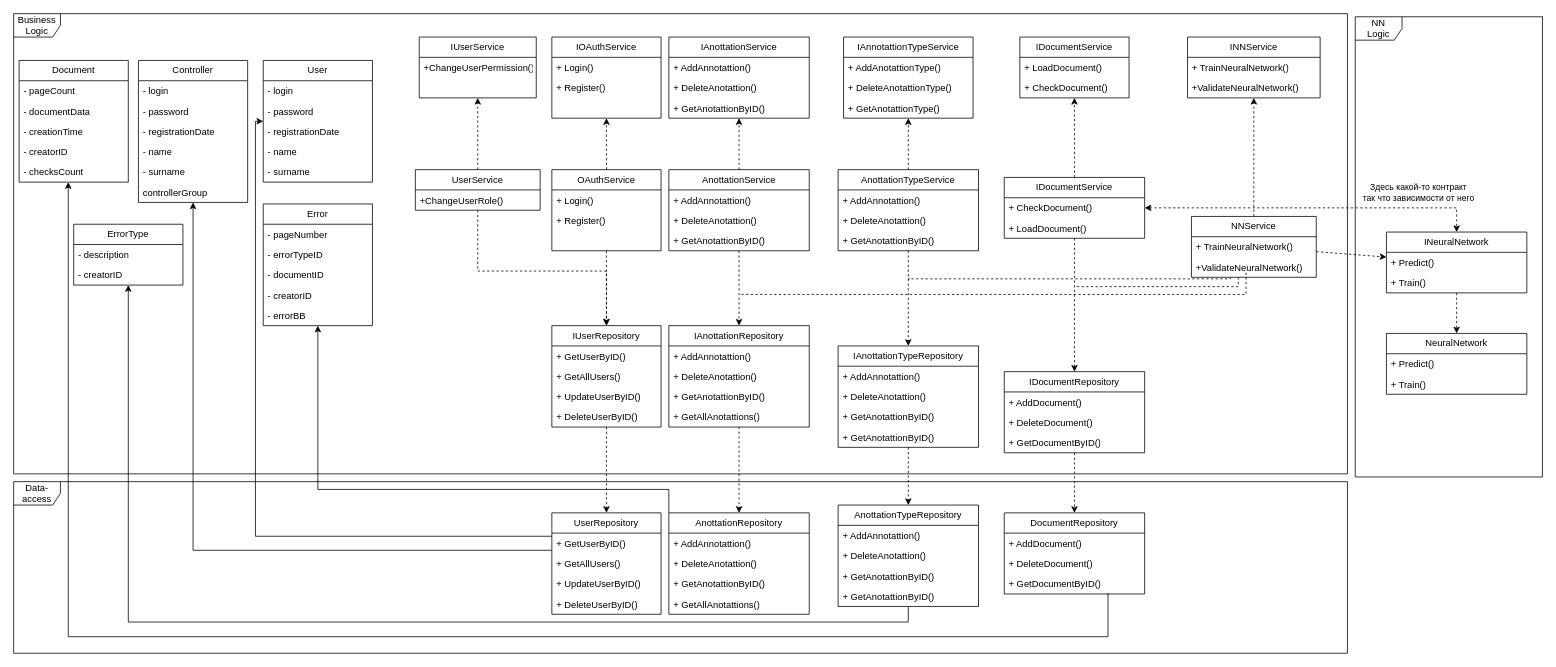
Above: page "class_diag" (2 of 2) of schemes/PPO_components_2.drawio in needsomesleeptd/PPO (draw.io), before the change. Source tidied: cells renumbered, new cells numbered last; positions are measured from the earlier drawing's top-left corner, leaving out a move shared by most shapes. Both pictures are drawn from the tidied source at 78%, with x=0, y=0 at pixel (13, 13).
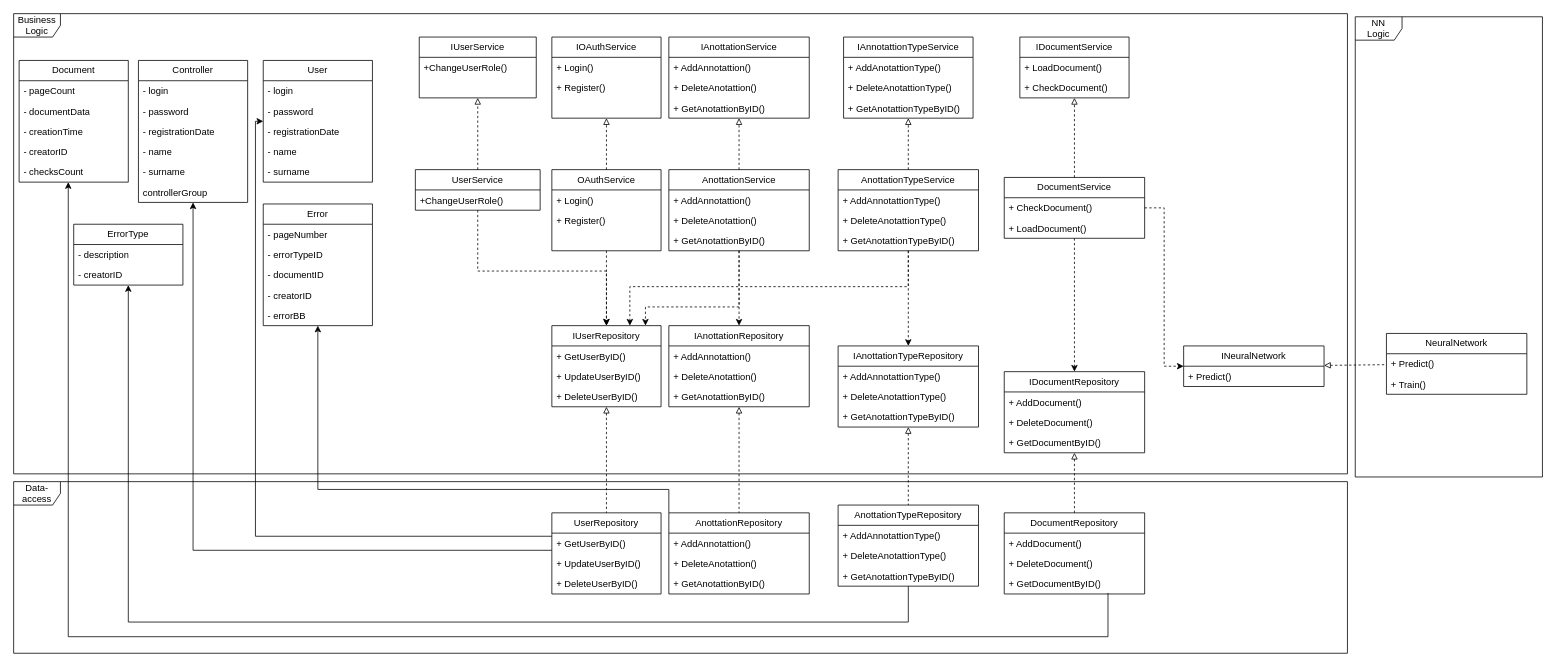
The same page after the edit.

Unchanged cells that the change refers to:
```xml
<mxCell id="2" value="IOAuthService" style="swimlane;fontStyle=0;horizontal=1;startSize=26;fillColor=none;whiteSpace=wrap;html=1;" parent="1" vertex="1">
  <mxGeometry x="690" y="30" width="140" height="104" as="geometry" />
</mxCell>
<mxCell id="6" value="IAnottationService" style="swimlane;fontStyle=0;horizontal=1;startSize=26;fillColor=none;whiteSpace=wrap;html=1;" parent="1" vertex="1">
  <mxGeometry x="840" y="30" width="180" height="104" as="geometry" />
</mxCell>
<mxCell id="10" value="IAnnotattionTypeService" style="swimlane;fontStyle=0;horizontal=1;startSize=26;fillColor=none;whiteSpace=wrap;html=1;" parent="1" vertex="1">
  <mxGeometry x="1064" y="30" width="166" height="104" as="geometry" />
</mxCell>
<mxCell id="14" value="IDocumentService" style="swimlane;fontStyle=0;horizontal=1;startSize=26;fillColor=none;whiteSpace=wrap;html=1;" parent="1" vertex="1">
  <mxGeometry x="1290" y="30" width="140" height="78" as="geometry" />
</mxCell>
<mxCell id="17" value="OAuthService" style="swimlane;fontStyle=0;horizontal=1;startSize=26;fillColor=none;whiteSpace=wrap;html=1;" parent="1" vertex="1">
  <mxGeometry x="690" y="200" width="140" height="104" as="geometry" />
</mxCell>
<mxCell id="28" value="AnottationService" style="swimlane;fontStyle=0;horizontal=1;startSize=26;fillColor=none;whiteSpace=wrap;html=1;" parent="1" vertex="1">
  <mxGeometry x="840" y="200" width="180" height="104" as="geometry" />
</mxCell>
<mxCell id="44" value="AnottationTypeService" style="swimlane;fontStyle=0;horizontal=1;startSize=26;fillColor=none;whiteSpace=wrap;html=1;" parent="1" vertex="1">
  <mxGeometry x="1057" y="200" width="180" height="104" as="geometry" />
</mxCell>
<mxCell id="57" value="NeuralNetwork" style="swimlane;fontStyle=0;horizontal=1;startSize=26;fillColor=none;whiteSpace=wrap;html=1;" parent="1" vertex="1">
  <mxGeometry x="1760" y="410" width="180" height="78" as="geometry" />
</mxCell>
<mxCell id="62" value="IDocumentRepository" style="swimlane;fontStyle=0;horizontal=1;startSize=26;fillColor=none;whiteSpace=wrap;html=1;" parent="1" vertex="1">
  <mxGeometry x="1270" y="459" width="180" height="104" as="geometry" />
</mxCell>
<mxCell id="95" value="DocumentRepository" style="swimlane;fontStyle=0;horizontal=1;startSize=26;fillColor=none;whiteSpace=wrap;html=1;" parent="1" vertex="1">
  <mxGeometry x="1270" y="640" width="180" height="104" as="geometry" />
</mxCell>
<mxCell id="125" value="IUserService" style="swimlane;fontStyle=0;horizontal=1;startSize=26;fillColor=none;whiteSpace=wrap;html=1;" parent="1" vertex="1">
  <mxGeometry x="520" y="30" width="150" height="78" as="geometry" />
</mxCell>
<mxCell id="128" value="UserService" style="swimlane;fontStyle=0;horizontal=1;startSize=26;fillColor=none;whiteSpace=wrap;html=1;" parent="1" vertex="1">
  <mxGeometry x="515" y="200" width="160" height="52" as="geometry" />
</mxCell>
```

What changed in the source:
```diff
@@
-    <mxCell id="13" value="+ GetAnotattionType()&lt;div&gt;&lt;br&gt;&lt;/div&gt;" style="text;strokeColor=none;fillColor=none;align=left;verticalAlign=top;spacingLeft=4;spacingRight=4;overflow=hidden;whiteSpace=wrap;html=1;" parent="10" vertex="1">
+    <mxCell id="13" value="+ GetAnotattionTypeByID()&lt;div&gt;&lt;br&gt;&lt;/div&gt;" style="text;strokeColor=none;fillColor=none;align=left;verticalAlign=top;spacingLeft=4;spacingRight=4;overflow=hidden;whiteSpace=wrap;html=1;" parent="10" vertex="1">
       <mxGeometry y="78" width="166" height="26" as="geometry" />
     </mxCell>
@@
-    <mxCell id="21" style="endArrow=classic;html=1;rounded=0;dashed=1;" parent="1" edge="1" source="17" target="2">
+    <mxCell id="21" style="endArrow=block;html=1;rounded=0;dashed=1;endFill=0;" parent="1" edge="1" source="17" target="2">
       <mxGeometry relative="1" as="geometry" />
     </mxCell>
     <mxCell id="22" value="IUserRepository" style="swimlane;fontStyle=0;horizontal=1;startSize=26;fillColor=none;whiteSpace=wrap;html=1;" parent="1" vertex="1">
-      <mxGeometry x="690" y="400" width="140" height="130" as="geometry" />
+      <mxGeometry x="690" y="400" width="140" height="104" as="geometry" />
     </mxCell>
@@
-    <mxCell id="24" value="+ GetAllUsers()&lt;div&gt;&lt;br/&gt;&lt;/div&gt;" style="text;strokeColor=none;fillColor=none;align=left;verticalAlign=top;spacingLeft=4;spacingRight=4;overflow=hidden;whiteSpace=wrap;html=1;" parent="22" vertex="1">
-      <mxGeometry y="52" width="140" height="26" as="geometry" />
-    </mxCell>
     <mxCell id="25" value="+ UpdateUserByID()&lt;div&gt;&lt;br&gt;&lt;/div&gt;" style="text;strokeColor=none;fillColor=none;align=left;verticalAlign=top;spacingLeft=4;spacingRight=4;overflow=hidden;whiteSpace=wrap;html=1;" parent="22" vertex="1">
-      <mxGeometry y="78" width="140" height="26" as="geometry" />
+      <mxGeometry y="52" width="140" height="26" as="geometry" />
     </mxCell>
     <mxCell id="26" value="+ DeleteUserByID()&lt;div&gt;&lt;br&gt;&lt;/div&gt;" style="text;strokeColor=none;fillColor=none;align=left;verticalAlign=top;spacingLeft=4;spacingRight=4;overflow=hidden;whiteSpace=wrap;html=1;" parent="22" vertex="1">
-      <mxGeometry y="104" width="140" height="26" as="geometry" />
+      <mxGeometry y="78" width="140" height="26" as="geometry" />
     </mxCell>
@@
-    <mxCell id="32" style="endArrow=classic;html=1;rounded=0;dashed=1;" parent="1" edge="1" source="28" target="6">
+    <mxCell id="32" style="endArrow=block;html=1;rounded=0;dashed=1;endFill=0;" parent="1" edge="1" source="28" target="6">
       <mxGeometry relative="1" as="geometry" />
     </mxCell>
     <mxCell id="33" value="IAnottationRepository" style="swimlane;fontStyle=0;horizontal=1;startSize=26;fillColor=none;whiteSpace=wrap;html=1;" parent="1" vertex="1">
-      <mxGeometry x="840" y="400" width="180" height="130" as="geometry" />
+      <mxGeometry x="840" y="400" width="180" height="104" as="geometry" />
     </mxCell>
@@
-    <mxCell id="37" value="+ GetAllAnotattions()" style="text;strokeColor=none;fillColor=none;align=left;verticalAlign=top;spacingLeft=4;spacingRight=4;overflow=hidden;whiteSpace=wrap;html=1;" parent="33" vertex="1">
-      <mxGeometry y="104" width="180" height="26" as="geometry" />
-    </mxCell>
     <mxCell id="38" value="IAnottationTypeRepository" style="swimlane;fontStyle=0;horizontal=1;startSize=26;fillColor=none;whiteSpace=wrap;html=1;" parent="1" vertex="1">
-      <mxGeometry x="1057" y="426" width="180" height="130" as="geometry" />
+      <mxGeometry x="1057" y="426" width="180" height="104" as="geometry" />
     </mxCell>
-    <mxCell id="39" value="+ AddAnnotattion()" style="text;strokeColor=none;fillColor=none;align=left;verticalAlign=top;spacingLeft=4;spacingRight=4;overflow=hidden;whiteSpace=wrap;html=1;" parent="38" vertex="1">
+    <mxCell id="39" value="+ AddAnnotattionType()" style="text;strokeColor=none;fillColor=none;align=left;verticalAlign=top;spacingLeft=4;spacingRight=4;overflow=hidden;whiteSpace=wrap;html=1;" parent="38" vertex="1">
       <mxGeometry y="26" width="180" height="26" as="geometry" />
     </mxCell>
-    <mxCell id="40" value="+ DeleteAnotattion()" style="text;strokeColor=none;fillColor=none;align=left;verticalAlign=top;spacingLeft=4;spacingRight=4;overflow=hidden;whiteSpace=wrap;html=1;" parent="38" vertex="1">
+    <mxCell id="40" value="+ DeleteAnotattionType()" style="text;strokeColor=none;fillColor=none;align=left;verticalAlign=top;spacingLeft=4;spacingRight=4;overflow=hidden;whiteSpace=wrap;html=1;" parent="38" vertex="1">
       <mxGeometry y="52" width="180" height="26" as="geometry" />
     </mxCell>
-    <mxCell id="41" value="+ GetAnotattionByID()&lt;div&gt;&lt;br&gt;&lt;/div&gt;" style="text;strokeColor=none;fillColor=none;align=left;verticalAlign=top;spacingLeft=4;spacingRight=4;overflow=hidden;whiteSpace=wrap;html=1;" parent="38" vertex="1">
-      <mxGeometry y="78" width="180" height="26" as="geometry" />
-    </mxCell>
-    <mxCell id="42" value="+ GetAnotattionByID()&lt;div&gt;&lt;br&gt;&lt;/div&gt;" style="text;strokeColor=none;fillColor=none;align=left;verticalAlign=top;spacingLeft=4;spacingRight=4;overflow=hidden;whiteSpace=wrap;html=1;" parent="38" vertex="1">
-      <mxGeometry y="104" width="180" height="26" as="geometry" />
+    <mxCell id="42" value="+ GetAnotattionTypeByID()&lt;div&gt;&lt;br&gt;&lt;/div&gt;" style="text;strokeColor=none;fillColor=none;align=left;verticalAlign=top;spacingLeft=4;spacingRight=4;overflow=hidden;whiteSpace=wrap;html=1;" parent="38" vertex="1">
+      <mxGeometry y="78" width="180" height="26" as="geometry" />
     </mxCell>
@@
-    <mxCell id="45" value="+ AddAnnotattion()" style="text;strokeColor=none;fillColor=none;align=left;verticalAlign=top;spacingLeft=4;spacingRight=4;overflow=hidden;whiteSpace=wrap;html=1;" parent="44" vertex="1">
+    <mxCell id="45" value="+ AddAnnotattionType()" style="text;strokeColor=none;fillColor=none;align=left;verticalAlign=top;spacingLeft=4;spacingRight=4;overflow=hidden;whiteSpace=wrap;html=1;" parent="44" vertex="1">
       <mxGeometry y="26" width="180" height="26" as="geometry" />
     </mxCell>
-    <mxCell id="46" value="+ DeleteAnotattion()" style="text;strokeColor=none;fillColor=none;align=left;verticalAlign=top;spacingLeft=4;spacingRight=4;overflow=hidden;whiteSpace=wrap;html=1;" parent="44" vertex="1">
+    <mxCell id="46" value="+ DeleteAnotattionType()" style="text;strokeColor=none;fillColor=none;align=left;verticalAlign=top;spacingLeft=4;spacingRight=4;overflow=hidden;whiteSpace=wrap;html=1;" parent="44" vertex="1">
       <mxGeometry y="52" width="180" height="26" as="geometry" />
     </mxCell>
-    <mxCell id="47" value="+ GetAnotattionByID()&lt;div&gt;&lt;br&gt;&lt;/div&gt;" style="text;strokeColor=none;fillColor=none;align=left;verticalAlign=top;spacingLeft=4;spacingRight=4;overflow=hidden;whiteSpace=wrap;html=1;" parent="44" vertex="1">
+    <mxCell id="47" value="+ GetAnotattionTypeByID()&lt;div&gt;&lt;br&gt;&lt;/div&gt;" style="text;strokeColor=none;fillColor=none;align=left;verticalAlign=top;spacingLeft=4;spacingRight=4;overflow=hidden;whiteSpace=wrap;html=1;" parent="44" vertex="1">
       <mxGeometry y="78" width="180" height="26" as="geometry" />
     </mxCell>
-    <mxCell id="48" style="endArrow=classic;html=1;rounded=0;dashed=1;" parent="1" edge="1" source="44" target="10">
+    <mxCell id="48" style="endArrow=block;html=1;rounded=0;dashed=1;endFill=0;" parent="1" edge="1" source="44" target="10">
       <mxGeometry relative="1" as="geometry" />
     </mxCell>
@@
-    <mxCell id="50" value="IDocumentService" style="swimlane;fontStyle=0;horizontal=1;startSize=26;fillColor=none;whiteSpace=wrap;html=1;" parent="1" vertex="1">
+    <mxCell id="50" value="DocumentService" style="swimlane;fontStyle=0;horizontal=1;startSize=26;fillColor=none;whiteSpace=wrap;html=1;" parent="1" vertex="1">
       <mxGeometry x="1270" y="210" width="180" height="78" as="geometry" />
     </mxCell>
@@
-    <mxCell id="53" style="endArrow=classic;html=1;rounded=0;dashed=1;" parent="1" edge="1" source="50" target="14">
+    <mxCell id="53" style="endArrow=block;html=1;rounded=0;dashed=1;endFill=0;" parent="1" edge="1" source="50" target="14">
       <mxGeometry relative="1" as="geometry" />
     </mxCell>
     <mxCell id="54" value="INeuralNetwork" style="swimlane;fontStyle=0;horizontal=1;startSize=26;fillColor=none;whiteSpace=wrap;html=1;" parent="1" vertex="1">
-      <mxGeometry x="1760" y="280" width="180" height="78" as="geometry" />
+      <mxGeometry x="1500" y="426" width="180" height="52" as="geometry" />
     </mxCell>
@@
-    <mxCell id="56" value="+ Train()" style="text;strokeColor=none;fillColor=none;align=left;verticalAlign=top;spacingLeft=4;spacingRight=4;overflow=hidden;whiteSpace=wrap;html=1;" parent="54" vertex="1">
-      <mxGeometry y="52" width="180" height="26" as="geometry" />
-    </mxCell>
@@
-    <mxCell id="60" style="endArrow=classic;html=1;rounded=0;dashed=1;" parent="1" edge="1" source="54" target="57">
-      <mxGeometry relative="1" as="geometry" />
-    </mxCell>
-    <mxCell id="61" value="Здесь какой-то контракт&lt;br&gt;так что зависимости от него" style="endArrow=classic;html=1;rounded=0;dashed=1;edgeStyle=orthogonalEdgeStyle;entryX=0.5;entryY=0;entryDx=0;entryDy=0;startArrow=classic;startFill=1;" parent="1" edge="1" source="50" target="54">
-      <mxGeometry x="0.63" y="19" relative="1" as="geometry" />
-    </mxCell>
@@
-    <mxCell id="67" value="INNService" style="swimlane;fontStyle=0;horizontal=1;startSize=26;fillColor=none;whiteSpace=wrap;html=1;" parent="1" vertex="1">
-      <mxGeometry x="1505" y="30" width="170" height="78" as="geometry" />
-    </mxCell>
-    <mxCell id="68" value="&lt;div&gt;+ TrainNeuralNetwork()&lt;br&gt;&lt;br&gt;&lt;/div&gt;" style="text;strokeColor=none;fillColor=none;align=left;verticalAlign=top;spacingLeft=4;spacingRight=4;overflow=hidden;whiteSpace=wrap;html=1;" parent="67" vertex="1">
-      <mxGeometry y="26" width="170" height="26" as="geometry" />
-    </mxCell>
-    <mxCell id="69" value="&lt;div&gt;+ValidateNeuralNetwork()&lt;br&gt;&lt;br&gt;&lt;/div&gt;" style="text;strokeColor=none;fillColor=none;align=left;verticalAlign=top;spacingLeft=4;spacingRight=4;overflow=hidden;whiteSpace=wrap;html=1;" parent="67" vertex="1">
-      <mxGeometry y="52" width="170" height="26" as="geometry" />
-    </mxCell>
-    <mxCell id="70" value="NNService" style="swimlane;fontStyle=0;horizontal=1;startSize=26;fillColor=none;whiteSpace=wrap;html=1;" parent="1" vertex="1">
-      <mxGeometry x="1510" y="260" width="160" height="78" as="geometry" />
-    </mxCell>
-    <mxCell id="71" value="&lt;div&gt;+ TrainNeuralNetwork()&lt;br&gt;&lt;br&gt;&lt;/div&gt;" style="text;strokeColor=none;fillColor=none;align=left;verticalAlign=top;spacingLeft=4;spacingRight=4;overflow=hidden;whiteSpace=wrap;html=1;" parent="70" vertex="1">
-      <mxGeometry y="26" width="160" height="26" as="geometry" />
-    </mxCell>
-    <mxCell id="72" value="&lt;div&gt;+ValidateNeuralNetwork()&lt;br&gt;&lt;/div&gt;" style="text;strokeColor=none;fillColor=none;align=left;verticalAlign=top;spacingLeft=4;spacingRight=4;overflow=hidden;whiteSpace=wrap;html=1;" parent="70" vertex="1">
-      <mxGeometry y="52" width="160" height="26" as="geometry" />
-    </mxCell>
-    <mxCell id="73" style="endArrow=classic;html=1;rounded=0;dashed=1;exitX=0.5;exitY=0;exitDx=0;exitDy=0;" parent="1" edge="1" source="70" target="67">
-      <mxGeometry relative="1" as="geometry" />
-    </mxCell>
-    <mxCell id="74" style="endArrow=none;html=1;rounded=0;dashed=1;edgeStyle=orthogonalEdgeStyle;endFill=0;" parent="1" edge="1" source="70">
-      <mxGeometry relative="1" as="geometry">
-        <mxPoint x="1150" y="340" as="targetPoint" />
-        <Array as="points">
-          <mxPoint x="1560" y="340" />
-          <mxPoint x="1147" y="340" />
-        </Array>
-      </mxGeometry>
-    </mxCell>
-    <mxCell id="75" style="endArrow=none;html=1;rounded=0;dashed=1;edgeStyle=orthogonalEdgeStyle;endFill=0;" parent="1" edge="1" source="70">
-      <mxGeometry relative="1" as="geometry">
-        <mxPoint x="1360" y="350" as="targetPoint" />
-        <Array as="points">
-          <mxPoint x="1570" y="350" />
-          <mxPoint x="1360" y="350" />
-        </Array>
-      </mxGeometry>
-    </mxCell>
-    <mxCell id="76" style="endArrow=none;html=1;rounded=0;dashed=1;edgeStyle=orthogonalEdgeStyle;endFill=0;" parent="1" edge="1">
-      <mxGeometry relative="1" as="geometry">
-        <mxPoint x="1580" y="332" as="sourcePoint" />
-        <mxPoint x="930" y="360" as="targetPoint" />
-        <Array as="points">
-          <mxPoint x="1580" y="360" />
-          <mxPoint x="930" y="360" />
-        </Array>
-      </mxGeometry>
-    </mxCell>
-    <mxCell id="77" style="endArrow=classic;html=1;rounded=0;dashed=1;" parent="1" edge="1" source="70" target="54">
+    <mxCell id="77" style="endArrow=classic;html=1;rounded=0;dashed=1;endFill=1;startArrow=none;startFill=0;edgeStyle=elbowEdgeStyle;" parent="1" edge="1" source="50" target="54">
       <mxGeometry relative="1" as="geometry" />
     </mxCell>
@@
     <mxCell id="80" value="UserRepository" style="swimlane;fontStyle=0;horizontal=1;startSize=26;fillColor=none;whiteSpace=wrap;html=1;" parent="1" vertex="1">
-      <mxGeometry x="690" y="640" width="140" height="130" as="geometry" />
+      <mxGeometry x="690" y="640" width="140" height="104" as="geometry" />
     </mxCell>
@@
-    <mxCell id="82" value="+ GetAllUsers()&lt;div&gt;&lt;br/&gt;&lt;/div&gt;" style="text;strokeColor=none;fillColor=none;align=left;verticalAlign=top;spacingLeft=4;spacingRight=4;overflow=hidden;whiteSpace=wrap;html=1;" parent="80" vertex="1">
-      <mxGeometry y="52" width="140" height="26" as="geometry" />
-    </mxCell>
     <mxCell id="83" value="+ UpdateUserByID()&lt;div&gt;&lt;br&gt;&lt;/div&gt;" style="text;strokeColor=none;fillColor=none;align=left;verticalAlign=top;spacingLeft=4;spacingRight=4;overflow=hidden;whiteSpace=wrap;html=1;" parent="80" vertex="1">
-      <mxGeometry y="78" width="140" height="26" as="geometry" />
+      <mxGeometry y="52" width="140" height="26" as="geometry" />
     </mxCell>
     <mxCell id="84" value="+ DeleteUserByID()&lt;div&gt;&lt;br&gt;&lt;/div&gt;" style="text;strokeColor=none;fillColor=none;align=left;verticalAlign=top;spacingLeft=4;spacingRight=4;overflow=hidden;whiteSpace=wrap;html=1;" parent="80" vertex="1">
-      <mxGeometry y="104" width="140" height="26" as="geometry" />
+      <mxGeometry y="78" width="140" height="26" as="geometry" />
     </mxCell>
     <mxCell id="85" value="AnottationRepository" style="swimlane;fontStyle=0;horizontal=1;startSize=26;fillColor=none;whiteSpace=wrap;html=1;" parent="1" vertex="1">
-      <mxGeometry x="840" y="640" width="180" height="130" as="geometry" />
+      <mxGeometry x="840" y="640" width="180" height="104" as="geometry" />
     </mxCell>
@@
-    <mxCell id="89" value="+ GetAllAnotattions()" style="text;strokeColor=none;fillColor=none;align=left;verticalAlign=top;spacingLeft=4;spacingRight=4;overflow=hidden;whiteSpace=wrap;html=1;" parent="85" vertex="1">
-      <mxGeometry y="104" width="180" height="26" as="geometry" />
-    </mxCell>
     <mxCell id="90" value="AnottationTypeRepository" style="swimlane;fontStyle=0;horizontal=1;startSize=26;fillColor=none;whiteSpace=wrap;html=1;" parent="1" vertex="1">
-      <mxGeometry x="1057" y="630" width="180" height="130" as="geometry" />
+      <mxGeometry x="1057" y="630" width="180" height="104" as="geometry" />
     </mxCell>
-    <mxCell id="91" value="+ AddAnnotattion()" style="text;strokeColor=none;fillColor=none;align=left;verticalAlign=top;spacingLeft=4;spacingRight=4;overflow=hidden;whiteSpace=wrap;html=1;" parent="90" vertex="1">
+    <mxCell id="91" value="+ AddAnnotattionType()" style="text;strokeColor=none;fillColor=none;align=left;verticalAlign=top;spacingLeft=4;spacingRight=4;overflow=hidden;whiteSpace=wrap;html=1;" parent="90" vertex="1">
       <mxGeometry y="26" width="180" height="26" as="geometry" />
     </mxCell>
-    <mxCell id="92" value="+ DeleteAnotattion()" style="text;strokeColor=none;fillColor=none;align=left;verticalAlign=top;spacingLeft=4;spacingRight=4;overflow=hidden;whiteSpace=wrap;html=1;" parent="90" vertex="1">
+    <mxCell id="92" value="+ DeleteAnotattionType()" style="text;strokeColor=none;fillColor=none;align=left;verticalAlign=top;spacingLeft=4;spacingRight=4;overflow=hidden;whiteSpace=wrap;html=1;" parent="90" vertex="1">
       <mxGeometry y="52" width="180" height="26" as="geometry" />
     </mxCell>
-    <mxCell id="93" value="+ GetAnotattionByID()&lt;div&gt;&lt;br&gt;&lt;/div&gt;" style="text;strokeColor=none;fillColor=none;align=left;verticalAlign=top;spacingLeft=4;spacingRight=4;overflow=hidden;whiteSpace=wrap;html=1;" parent="90" vertex="1">
+    <mxCell id="93" value="+ GetAnotattionTypeByID()&lt;div&gt;&lt;br&gt;&lt;/div&gt;" style="text;strokeColor=none;fillColor=none;align=left;verticalAlign=top;spacingLeft=4;spacingRight=4;overflow=hidden;whiteSpace=wrap;html=1;" parent="90" vertex="1">
       <mxGeometry y="78" width="180" height="26" as="geometry" />
     </mxCell>
-    <mxCell id="94" value="+ GetAnotattionByID()&lt;div&gt;&lt;br&gt;&lt;/div&gt;" style="text;strokeColor=none;fillColor=none;align=left;verticalAlign=top;spacingLeft=4;spacingRight=4;overflow=hidden;whiteSpace=wrap;html=1;" parent="90" vertex="1">
-      <mxGeometry y="104" width="180" height="26" as="geometry" />
-    </mxCell>
@@
-    <mxCell id="99" style="endArrow=classic;html=1;rounded=0;dashed=1;edgeStyle=orthogonalEdgeStyle;" parent="1" edge="1" source="22" target="80">
+    <mxCell id="99" style="endArrow=none;html=1;rounded=0;dashed=1;edgeStyle=orthogonalEdgeStyle;endFill=0;startArrow=block;startFill=0;" parent="1" edge="1" source="22" target="80">
       <mxGeometry relative="1" as="geometry" />
     </mxCell>
-    <mxCell id="100" style="endArrow=classic;html=1;rounded=0;dashed=1;edgeStyle=orthogonalEdgeStyle;entryX=0.5;entryY=0;entryDx=0;entryDy=0;" parent="1" edge="1" source="33" target="85">
+    <mxCell id="100" style="endArrow=none;html=1;rounded=0;dashed=1;edgeStyle=orthogonalEdgeStyle;entryX=0.5;entryY=0;entryDx=0;entryDy=0;endFill=0;startArrow=block;startFill=0;" parent="1" edge="1" source="33" target="85">
       <mxGeometry relative="1" as="geometry">
         <Array as="points">
           <mxPoint x="930" y="620" />
         </Array>
       </mxGeometry>
     </mxCell>
-    <mxCell id="101" style="endArrow=classic;html=1;rounded=0;dashed=1;edgeStyle=orthogonalEdgeStyle;" parent="1" edge="1" source="38" target="90">
+    <mxCell id="101" style="endArrow=none;html=1;rounded=0;dashed=1;edgeStyle=orthogonalEdgeStyle;endFill=0;startArrow=block;startFill=0;" parent="1" edge="1" source="38" target="90">
       <mxGeometry relative="1" as="geometry" />
     </mxCell>
-    <mxCell id="102" style="endArrow=classic;html=1;rounded=0;dashed=1;edgeStyle=orthogonalEdgeStyle;entryX=0.5;entryY=0;entryDx=0;entryDy=0;" parent="1" edge="1" source="62" target="95">
+    <mxCell id="102" style="endArrow=none;html=1;rounded=0;dashed=1;edgeStyle=orthogonalEdgeStyle;entryX=0.5;entryY=0;entryDx=0;entryDy=0;endFill=0;startArrow=block;startFill=0;" parent="1" edge="1" source="62" target="95">
       <mxGeometry relative="1" as="geometry" />
     </mxCell>
@@
-    <mxCell id="126" value="+ChangeUserPermission()" style="text;strokeColor=none;fillColor=none;align=left;verticalAlign=top;spacingLeft=4;spacingRight=4;overflow=hidden;whiteSpace=wrap;html=1;" parent="125" vertex="1">
+    <mxCell id="126" value="+ChangeUserRole()" style="text;strokeColor=none;fillColor=none;align=left;verticalAlign=top;spacingLeft=4;spacingRight=4;overflow=hidden;whiteSpace=wrap;html=1;" parent="125" vertex="1">
       <mxGeometry y="26" width="150" height="26" as="geometry" />
     </mxCell>
@@
-    <mxCell id="130" style="endArrow=classic;html=1;rounded=0;dashed=1;" parent="1" edge="1" source="128" target="125">
+    <mxCell id="130" style="endArrow=block;html=1;rounded=0;dashed=1;endFill=0;" parent="1" edge="1" source="128" target="125">
       <mxGeometry relative="1" as="geometry" />
     </mxCell>
@@
+    <mxCell id="144" style="endArrow=classic;html=1;rounded=0;dashed=1;edgeStyle=orthogonalEdgeStyle;" parent="1" edge="1" source="44" target="22">
+      <mxGeometry relative="1" as="geometry">
+        <Array as="points">
+          <mxPoint x="1147" y="350" />
+          <mxPoint x="790" y="350" />
+        </Array>
+      </mxGeometry>
+    </mxCell>
+    <mxCell id="145" style="endArrow=classic;html=1;rounded=0;dashed=1;edgeStyle=orthogonalEdgeStyle;" parent="1" edge="1" source="28" target="22">
+      <mxGeometry relative="1" as="geometry">
+        <Array as="points">
+          <mxPoint x="930" y="376" />
+          <mxPoint x="810" y="376" />
+        </Array>
+      </mxGeometry>
+    </mxCell>
+    <mxCell id="60" style="endArrow=none;html=1;rounded=0;dashed=1;endFill=0;startArrow=block;startFill=0;" parent="1" edge="1" source="54" target="57">
+      <mxGeometry relative="1" as="geometry" />
+    </mxCell>
```
